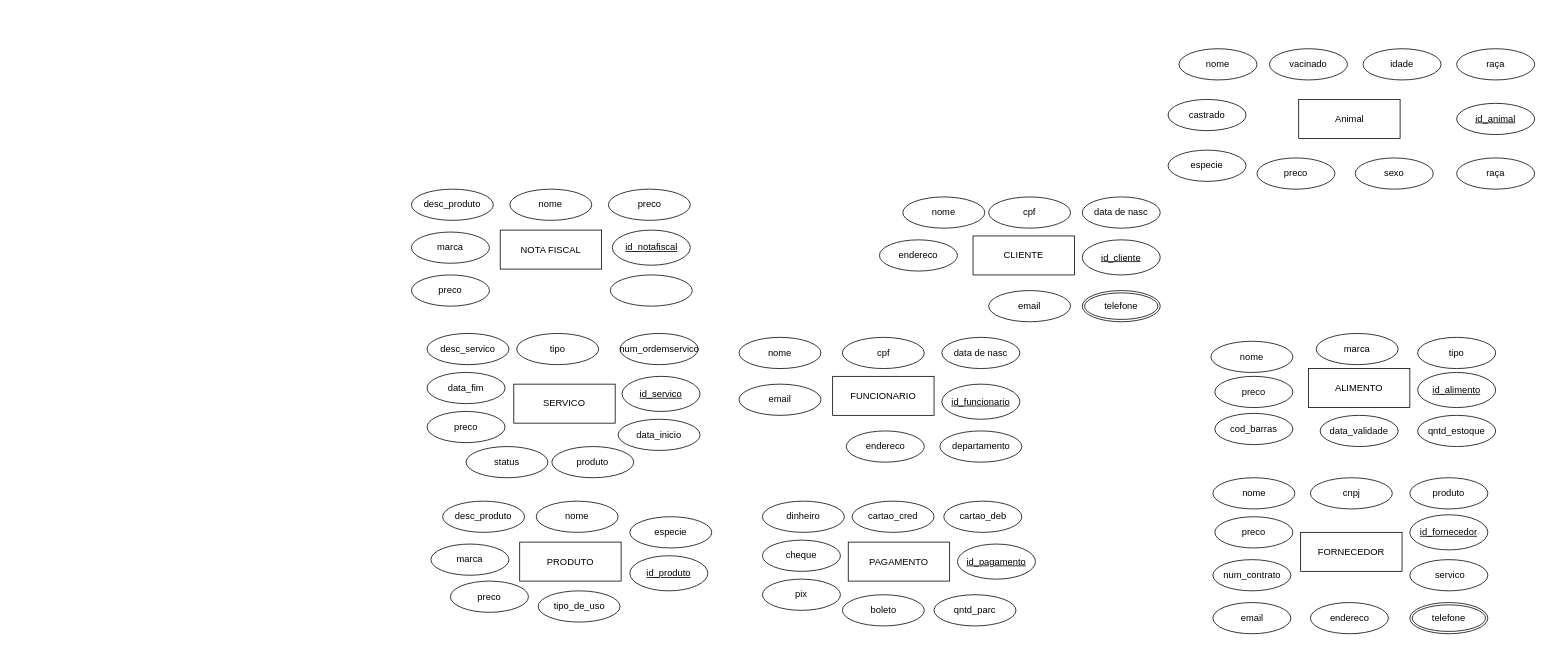
This is Petshop.drawio from Gabrie1Prado/Banco-de-Dados-Proa, a draw.io file, before an edit. Source tidied: cells renumbered, new cells numbered last; positions are measured from the earlier drawing's top-left corner, leaving out a move shared by most shapes. Both pictures are drawn from the tidied source at 78%, with x=0, y=0 at pixel (411, 48).
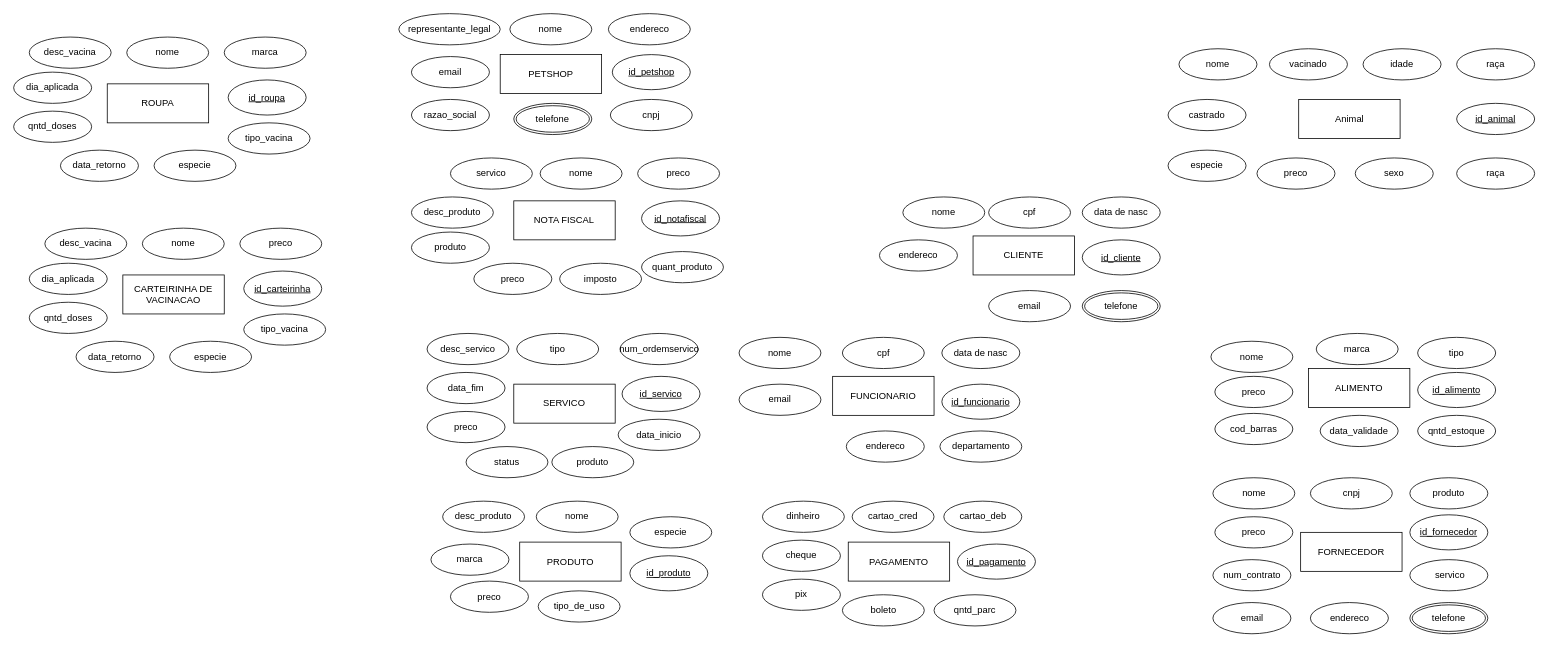
The same diagram, later.

The edit, as a diff of the source:
```diff
@@
     <mxCell id="78" value="NOTA FISCAL" style="whiteSpace=wrap;html=1;align=center;" parent="1" vertex="1">
-      <mxGeometry x="113.8" y="232.5" width="130" height="50" as="geometry" />
+      <mxGeometry x="131.2" y="195" width="130" height="50" as="geometry" />
     </mxCell>
     <mxCell id="79" value="desc_produto" style="ellipse;whiteSpace=wrap;html=1;align=center;" parent="1" vertex="1">
-      <mxGeometry y="180" width="105" height="40" as="geometry" />
+      <mxGeometry y="190" width="105" height="40" as="geometry" />
     </mxCell>
     <mxCell id="80" value="nome" style="ellipse;whiteSpace=wrap;html=1;align=center;" parent="1" vertex="1">
-      <mxGeometry x="126.2" y="180" width="105" height="40" as="geometry" />
+      <mxGeometry x="165" y="140" width="105" height="40" as="geometry" />
     </mxCell>
-    <mxCell id="81" value="marca" style="ellipse;whiteSpace=wrap;html=1;align=center;" parent="1" vertex="1">
+    <mxCell id="81" value="produto" style="ellipse;whiteSpace=wrap;html=1;align=center;" parent="1" vertex="1">
       <mxGeometry y="235" width="100" height="40" as="geometry" />
     </mxCell>
     <mxCell id="82" value="preco" style="ellipse;whiteSpace=wrap;html=1;align=center;" parent="1" vertex="1">
-      <mxGeometry y="290" width="100" height="40" as="geometry" />
+      <mxGeometry x="80" y="275" width="100" height="40" as="geometry" />
     </mxCell>
     <mxCell id="83" value="preco" style="ellipse;whiteSpace=wrap;html=1;align=center;" parent="1" vertex="1">
-      <mxGeometry x="252.5" y="180" width="105" height="40" as="geometry" />
+      <mxGeometry x="290" y="140" width="105" height="40" as="geometry" />
     </mxCell>
-    <mxCell id="84" style="ellipse;whiteSpace=wrap;html=1;align=center;" parent="1" vertex="1">
-      <mxGeometry x="255" y="290" width="105" height="40" as="geometry" />
+    <mxCell id="84" value="quant_produto" style="ellipse;whiteSpace=wrap;html=1;align=center;" parent="1" vertex="1">
+      <mxGeometry x="295" y="260" width="105" height="40" as="geometry" />
     </mxCell>
     <mxCell id="85" value="id_notafiscal" style="ellipse;whiteSpace=wrap;html=1;align=center;fontStyle=4;" parent="1" vertex="1">
-      <mxGeometry x="257.5" y="232.5" width="100" height="45" as="geometry" />
+      <mxGeometry x="295" y="195" width="100" height="45" as="geometry" />
     </mxCell>
+    <mxCell id="86" value="PETSHOP" style="whiteSpace=wrap;html=1;align=center;" parent="1" vertex="1">
+      <mxGeometry x="113.8" y="7.5" width="130" height="50" as="geometry" />
+    </mxCell>
+    <mxCell id="87" value="representante_legal" style="ellipse;whiteSpace=wrap;html=1;align=center;" parent="1" vertex="1">
+      <mxGeometry x="-16.2" y="-45" width="130" height="40" as="geometry" />
+    </mxCell>
+    <mxCell id="88" value="nome" style="ellipse;whiteSpace=wrap;html=1;align=center;" parent="1" vertex="1">
+      <mxGeometry x="126.2" y="-45" width="105" height="40" as="geometry" />
+    </mxCell>
+    <mxCell id="89" value="email" style="ellipse;whiteSpace=wrap;html=1;align=center;" parent="1" vertex="1">
+      <mxGeometry y="10" width="100" height="40" as="geometry" />
+    </mxCell>
+    <mxCell id="90" value="razao_social" style="ellipse;whiteSpace=wrap;html=1;align=center;" parent="1" vertex="1">
+      <mxGeometry y="65" width="100" height="40" as="geometry" />
+    </mxCell>
+    <mxCell id="91" value="endereco" style="ellipse;whiteSpace=wrap;html=1;align=center;" parent="1" vertex="1">
+      <mxGeometry x="252.5" y="-45" width="105" height="40" as="geometry" />
+    </mxCell>
+    <mxCell id="92" value="cnpj" style="ellipse;whiteSpace=wrap;html=1;align=center;" parent="1" vertex="1">
+      <mxGeometry x="255" y="65" width="105" height="40" as="geometry" />
+    </mxCell>
+    <mxCell id="93" value="id_petshop" style="ellipse;whiteSpace=wrap;html=1;align=center;fontStyle=4;" parent="1" vertex="1">
+      <mxGeometry x="257.5" y="7.5" width="100" height="45" as="geometry" />
+    </mxCell>
+    <mxCell id="94" value="telefone" style="ellipse;shape=doubleEllipse;margin=3;whiteSpace=wrap;html=1;align=center;" parent="1" vertex="1">
+      <mxGeometry x="131.2" y="70" width="100" height="40" as="geometry" />
+    </mxCell>
+    <mxCell id="95" value="imposto" style="ellipse;whiteSpace=wrap;html=1;align=center;" parent="1" vertex="1">
+      <mxGeometry x="190" y="275" width="105" height="40" as="geometry" />
+    </mxCell>
+    <mxCell id="96" value="servico" style="ellipse;whiteSpace=wrap;html=1;align=center;" parent="1" vertex="1">
+      <mxGeometry x="50" y="140" width="105" height="40" as="geometry" />
+    </mxCell>
+    <mxCell id="97" value="CARTEIRINHA DE VACINACAO" style="whiteSpace=wrap;html=1;align=center;" parent="1" vertex="1">
+      <mxGeometry x="-370" y="290" width="130" height="50" as="geometry" />
+    </mxCell>
+    <mxCell id="98" value="desc_vacina" style="ellipse;whiteSpace=wrap;html=1;align=center;" parent="1" vertex="1">
+      <mxGeometry x="-470" y="230" width="105" height="40" as="geometry" />
+    </mxCell>
+    <mxCell id="99" value="nome" style="ellipse;whiteSpace=wrap;html=1;align=center;" parent="1" vertex="1">
+      <mxGeometry x="-345" y="230" width="105" height="40" as="geometry" />
+    </mxCell>
+    <mxCell id="100" value="dia_aplicada" style="ellipse;whiteSpace=wrap;html=1;align=center;" parent="1" vertex="1">
+      <mxGeometry x="-490" y="275" width="100" height="40" as="geometry" />
+    </mxCell>
+    <mxCell id="101" value="preco" style="ellipse;whiteSpace=wrap;html=1;align=center;" parent="1" vertex="1">
+      <mxGeometry x="-220" y="230" width="105" height="40" as="geometry" />
+    </mxCell>
+    <mxCell id="102" value="tipo_vacina" style="ellipse;whiteSpace=wrap;html=1;align=center;" parent="1" vertex="1">
+      <mxGeometry x="-215" y="340" width="105" height="40" as="geometry" />
+    </mxCell>
+    <mxCell id="103" value="id_carteirinha" style="ellipse;whiteSpace=wrap;html=1;align=center;fontStyle=4;" parent="1" vertex="1">
+      <mxGeometry x="-215" y="285" width="100" height="45" as="geometry" />
+    </mxCell>
+    <mxCell id="104" value="especie" style="ellipse;whiteSpace=wrap;html=1;align=center;" parent="1" vertex="1">
+      <mxGeometry x="-310" y="375" width="105" height="40" as="geometry" />
+    </mxCell>
+    <mxCell id="105" value="qntd_doses" style="ellipse;whiteSpace=wrap;html=1;align=center;" parent="1" vertex="1">
+      <mxGeometry x="-490" y="325" width="100" height="40" as="geometry" />
+    </mxCell>
+    <mxCell id="106" value="data_retorno" style="ellipse;whiteSpace=wrap;html=1;align=center;" parent="1" vertex="1">
+      <mxGeometry x="-430" y="375" width="100" height="40" as="geometry" />
+    </mxCell>
+    <mxCell id="107" value="ROUPA" style="whiteSpace=wrap;html=1;align=center;" parent="1" vertex="1">
+      <mxGeometry x="-390" y="45" width="130" height="50" as="geometry" />
+    </mxCell>
+    <mxCell id="108" value="desc_vacina" style="ellipse;whiteSpace=wrap;html=1;align=center;" parent="1" vertex="1">
+      <mxGeometry x="-490" y="-15" width="105" height="40" as="geometry" />
+    </mxCell>
+    <mxCell id="109" value="nome" style="ellipse;whiteSpace=wrap;html=1;align=center;" parent="1" vertex="1">
+      <mxGeometry x="-365" y="-15" width="105" height="40" as="geometry" />
+    </mxCell>
+    <mxCell id="110" value="dia_aplicada" style="ellipse;whiteSpace=wrap;html=1;align=center;" parent="1" vertex="1">
+      <mxGeometry x="-510" y="30" width="100" height="40" as="geometry" />
+    </mxCell>
+    <mxCell id="111" value="marca" style="ellipse;whiteSpace=wrap;html=1;align=center;" parent="1" vertex="1">
+      <mxGeometry x="-240" y="-15" width="105" height="40" as="geometry" />
+    </mxCell>
+    <mxCell id="112" value="tipo_vacina" style="ellipse;whiteSpace=wrap;html=1;align=center;" parent="1" vertex="1">
+      <mxGeometry x="-235" y="95" width="105" height="40" as="geometry" />
+    </mxCell>
+    <mxCell id="113" value="id_roupa" style="ellipse;whiteSpace=wrap;html=1;align=center;fontStyle=4;" parent="1" vertex="1">
+      <mxGeometry x="-235" y="40" width="100" height="45" as="geometry" />
+    </mxCell>
+    <mxCell id="114" value="especie" style="ellipse;whiteSpace=wrap;html=1;align=center;" parent="1" vertex="1">
+      <mxGeometry x="-330" y="130" width="105" height="40" as="geometry" />
+    </mxCell>
+    <mxCell id="115" value="qntd_doses" style="ellipse;whiteSpace=wrap;html=1;align=center;" parent="1" vertex="1">
+      <mxGeometry x="-510" y="80" width="100" height="40" as="geometry" />
+    </mxCell>
+    <mxCell id="116" value="data_retorno" style="ellipse;whiteSpace=wrap;html=1;align=center;" parent="1" vertex="1">
+      <mxGeometry x="-450" y="130" width="100" height="40" as="geometry" />
+    </mxCell>
```
